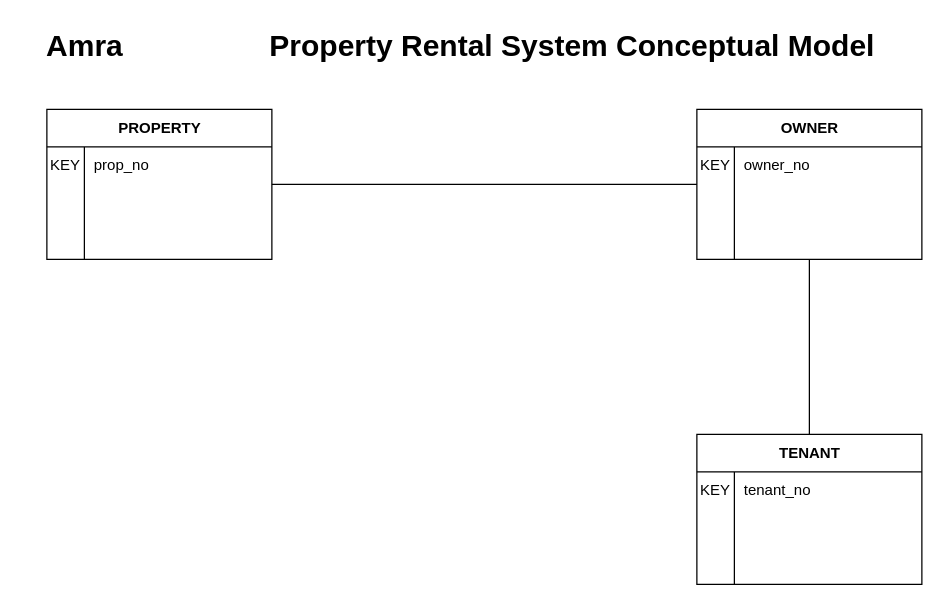
aanv0002/bigrig-movers-sql-database keeps this draw.io diagram as page "Entities and Keys" (1 of 3) of Applied/App03/prs_conceptual.drawio. Above is the earlier version. Source tidied: cells renumbered, new cells numbered last; positions are measured from the earlier drawing's top-left corner, leaving out a move shared by most shapes. Both pictures are drawn from the tidied source at 125%, with x=0, y=0 at pixel (21, 21).
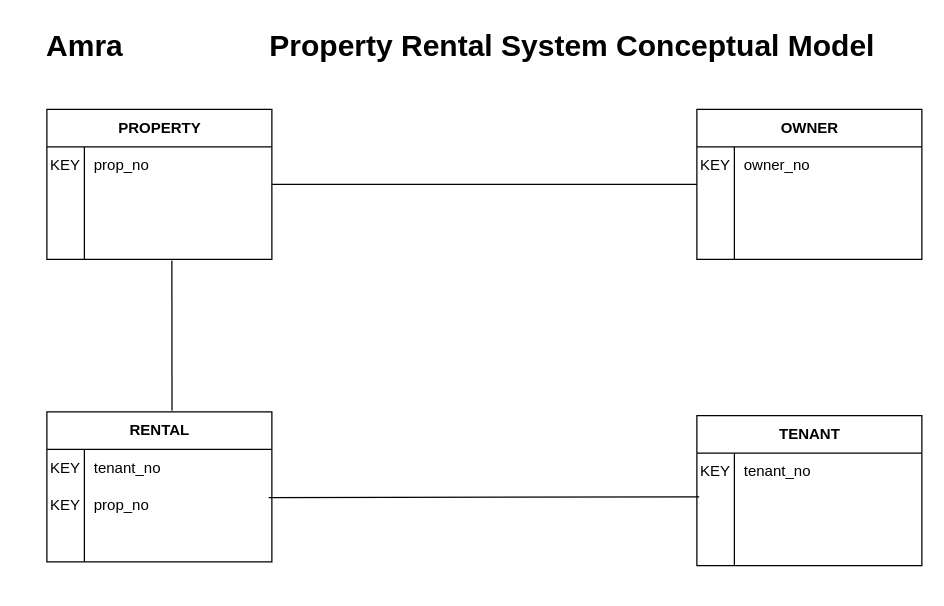
Above is the later version.

Commit message:
Second Commit: Rental Entity Added

The change refers to these unchanged cells:
```xml
<mxCell id="14" value="OWNER" style="shape=table;startSize=30;childLayout=tableLayout;rowLines=0;fontStyle=1;align=center;html=1;" parent="1" vertex="1">
  <mxGeometry x="540" y="70" width="180" height="120" as="geometry" />
</mxCell>
```

The edit, as a diff of the source:
```diff
@@
     <mxCell id="24" value="TENANT" style="shape=table;startSize=30;childLayout=tableLayout;rowLines=0;fontStyle=1;align=center;html=1;" parent="1" vertex="1">
-      <mxGeometry x="540" y="330" width="180" height="120" as="geometry" />
+      <mxGeometry x="540" y="315" width="180" height="120" as="geometry" />
     </mxCell>
@@
-    <mxCell id="35" style="endArrow=none;html=1;rounded=0;exitX=0.5;exitY=0;exitDx=0;exitDy=0;" parent="1" edge="1" source="24" target="14">
-      <mxGeometry relative="1" as="geometry" />
-    </mxCell>
+    <mxCell id="36" value="RENTAL" style="shape=table;startSize=30;childLayout=tableLayout;rowLines=0;fontStyle=1;align=center;html=1;" parent="1" vertex="1">
+      <mxGeometry x="20" y="312" width="180" height="120" as="geometry" />
+    </mxCell>
+    <mxCell id="37" style="shape=tableRow;horizontal=0;startSize=0;swimlaneHead=0;swimlaneBody=0;fillColor=none;top=0;left=0;right=0;bottom=0;" parent="36" vertex="1">
+      <mxGeometry y="30" width="180" height="30" as="geometry" />
+    </mxCell>
+    <mxCell id="38" value="KEY" style="shape=partialRectangle;fillColor=none;top=0;left=0;bottom=0;right=0;overflow=hidden;whiteSpace=wrap;html=1;" parent="37" vertex="1">
+      <mxGeometry width="30" height="30" as="geometry" />
+    </mxCell>
+    <mxCell id="39" value="tenant_no" style="shape=partialRectangle;fillColor=none;top=0;left=0;bottom=0;right=0;align=left;spacingLeft=6;overflow=hidden;whiteSpace=wrap;html=1;" parent="37" vertex="1">
+      <mxGeometry x="30" width="150" height="30" as="geometry" />
+    </mxCell>
+    <mxCell id="40" style="shape=tableRow;horizontal=0;startSize=0;swimlaneHead=0;swimlaneBody=0;fillColor=none;top=0;left=0;right=0;bottom=0;" parent="36" vertex="1">
+      <mxGeometry y="60" width="180" height="30" as="geometry" />
+    </mxCell>
+    <mxCell id="41" value="KEY" style="shape=partialRectangle;fillColor=none;top=0;left=0;bottom=0;right=0;overflow=hidden;whiteSpace=wrap;html=1;" parent="40" vertex="1">
+      <mxGeometry width="30" height="30" as="geometry" />
+    </mxCell>
+    <mxCell id="42" value="prop_no" style="shape=partialRectangle;fillColor=none;top=0;left=0;bottom=0;right=0;align=left;spacingLeft=6;overflow=hidden;whiteSpace=wrap;html=1;" parent="40" vertex="1">
+      <mxGeometry x="30" width="150" height="30" as="geometry" />
+    </mxCell>
+    <mxCell id="43" style="shape=tableRow;horizontal=0;startSize=0;swimlaneHead=0;swimlaneBody=0;fillColor=none;top=0;left=0;right=0;bottom=0;" parent="36" vertex="1">
+      <mxGeometry y="90" width="180" height="30" as="geometry" />
+    </mxCell>
+    <mxCell id="44" style="shape=partialRectangle;fillColor=none;top=0;left=0;bottom=0;right=0;overflow=hidden;whiteSpace=wrap;html=1;" parent="43" vertex="1">
+      <mxGeometry width="30" height="30" as="geometry" />
+    </mxCell>
+    <mxCell id="45" style="shape=partialRectangle;fillColor=none;top=0;left=0;bottom=0;right=0;align=left;spacingLeft=6;overflow=hidden;whiteSpace=wrap;html=1;" parent="43" vertex="1">
+      <mxGeometry x="30" width="150" height="30" as="geometry" />
+    </mxCell>
+    <mxCell id="46" style="endArrow=none;html=1;rounded=0;exitX=0.98;exitY=0.13;exitDx=0;exitDy=0;exitPerimeter=0;entryX=0.005;entryY=0.124;entryDx=0;entryDy=0;entryPerimeter=0;" parent="1" edge="1">
+      <mxGeometry relative="1" as="geometry">
+        <mxPoint x="197.4" y="380.6" as="sourcePoint" />
+        <mxPoint x="541.9" y="379.9" as="targetPoint" />
+      </mxGeometry>
+    </mxCell>
+    <mxCell id="47" style="endArrow=none;html=1;rounded=0;entryX=0.556;entryY=0;entryDx=0;entryDy=0;entryPerimeter=0;" parent="1" edge="1">
+      <mxGeometry relative="1" as="geometry">
+        <mxPoint x="120" y="191" as="sourcePoint" />
+        <mxPoint x="120.1" y="311" as="targetPoint" />
+      </mxGeometry>
+    </mxCell>
```
